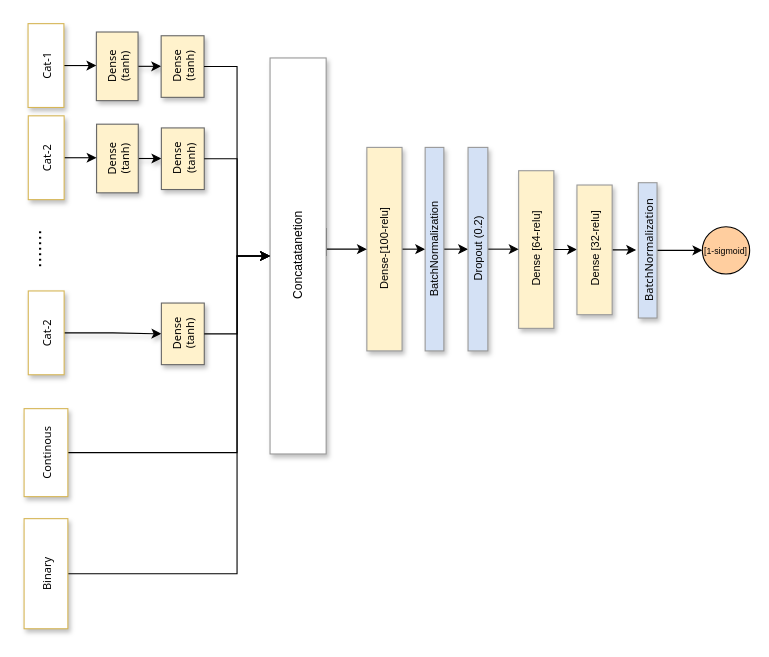
Earlier version of the draw.io diagram EmbeddingMLP.drawio (faikozcan/MLFraud). Source tidied: cells renumbered, new cells numbered last; positions are measured from the earlier drawing's top-left corner, leaving out a move shared by most shapes. Both pictures are drawn from the tidied source at 110%, with x=0, y=0 at pixel (16, 23).
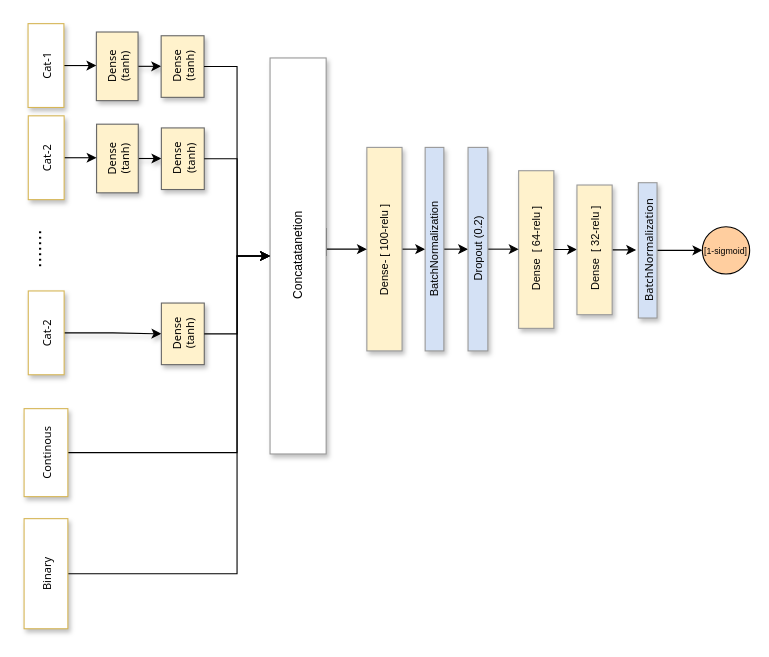
The same diagram, later.

Change to the diagram source:
```diff
@@
-    <mxCell id="7" value="&lt;font face=&quot;arial&quot;&gt;Dense-[100-relu]&lt;/font&gt;" style="whiteSpace=wrap;html=1;shadow=1;fontSize=10;fillColor=#FFF2CC;strokeColor=#999999;horizontal=0;fontFamily=Tahoma;" parent="1" vertex="1">
+    <mxCell id="7" value="&lt;font face=&quot;arial&quot;&gt;Dense- [ 100-relu ]&amp;nbsp;&lt;/font&gt;" style="whiteSpace=wrap;html=1;shadow=1;fontSize=10;fillColor=#FFF2CC;strokeColor=#999999;horizontal=0;fontFamily=Tahoma;" parent="1" vertex="1">
       <mxGeometry x="318" y="112.5" width="32" height="185" as="geometry" />
     </mxCell>
@@
-    <mxCell id="9" value="&lt;font face=&quot;arial&quot;&gt;&amp;nbsp;Dense [64-relu]&lt;/font&gt;" style="whiteSpace=wrap;html=1;shadow=1;fontSize=10;fillColor=#FFF2CC;strokeColor=#999999;horizontal=0;fontFamily=Tahoma;" parent="1" vertex="1">
+    <mxCell id="9" value="&lt;font face=&quot;arial&quot;&gt;&amp;nbsp;Dense&amp;nbsp; [ 64-relu ]&lt;/font&gt;" style="whiteSpace=wrap;html=1;shadow=1;fontSize=10;fillColor=#FFF2CC;strokeColor=#999999;horizontal=0;fontFamily=Tahoma;" parent="1" vertex="1">
       <mxGeometry x="456" y="133.7" width="32" height="143.3" as="geometry" />
     </mxCell>
@@
-    <mxCell id="25" value="&lt;font face=&quot;arial&quot;&gt;&amp;nbsp;Dense [32-relu]&lt;/font&gt;" style="whiteSpace=wrap;html=1;shadow=1;fontSize=10;fillColor=#FFF2CC;strokeColor=#999999;horizontal=0;fontFamily=Tahoma;" parent="1" vertex="1">
+    <mxCell id="25" value="&lt;font face=&quot;arial&quot;&gt;&amp;nbsp;Dense&amp;nbsp; [ 32-relu ]&lt;/font&gt;" style="whiteSpace=wrap;html=1;shadow=1;fontSize=10;fillColor=#FFF2CC;strokeColor=#999999;horizontal=0;fontFamily=Tahoma;" parent="1" vertex="1">
       <mxGeometry x="509" y="146.7" width="32" height="117.9" as="geometry" />
     </mxCell>
```
